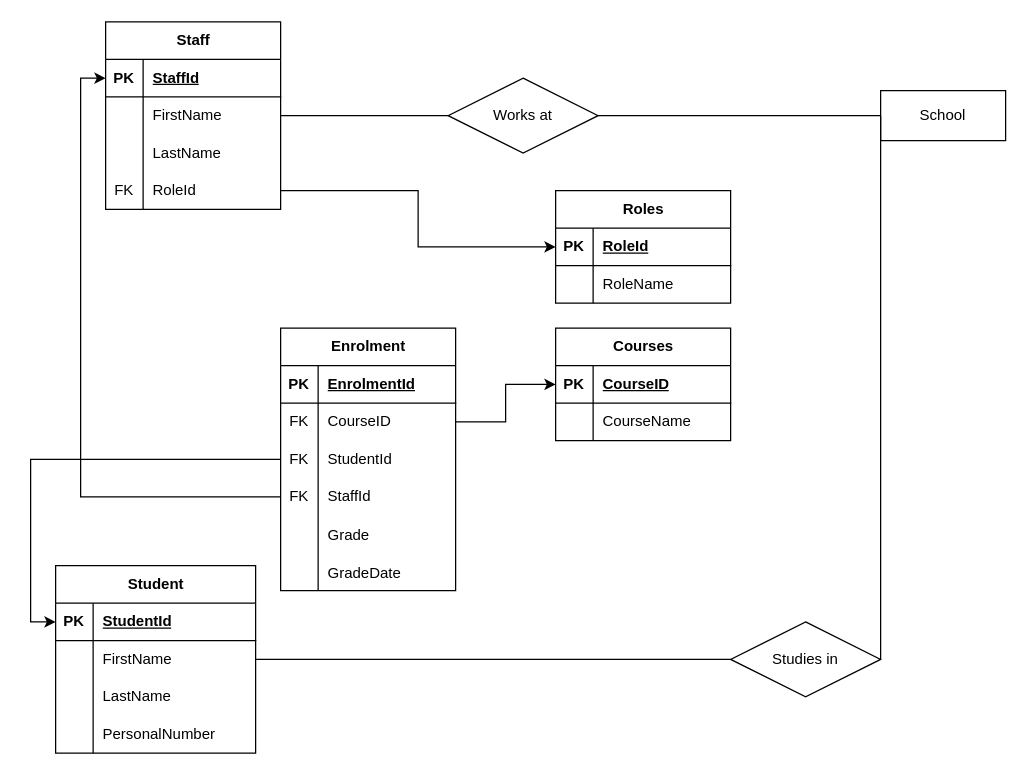
Above: Onni_Bucht_Individuellt_databasprojekt_SchoolDatabase_ER.drawio in onni82/Individuellt_databasprojekt (draw.io), before the change. Source tidied: cells renumbered, new cells numbered last; positions are measured from the earlier drawing's top-left corner, leaving out a move shared by most shapes. Both pictures are drawn from the tidied source at 125%, with x=0, y=0 at pixel (55, 21).
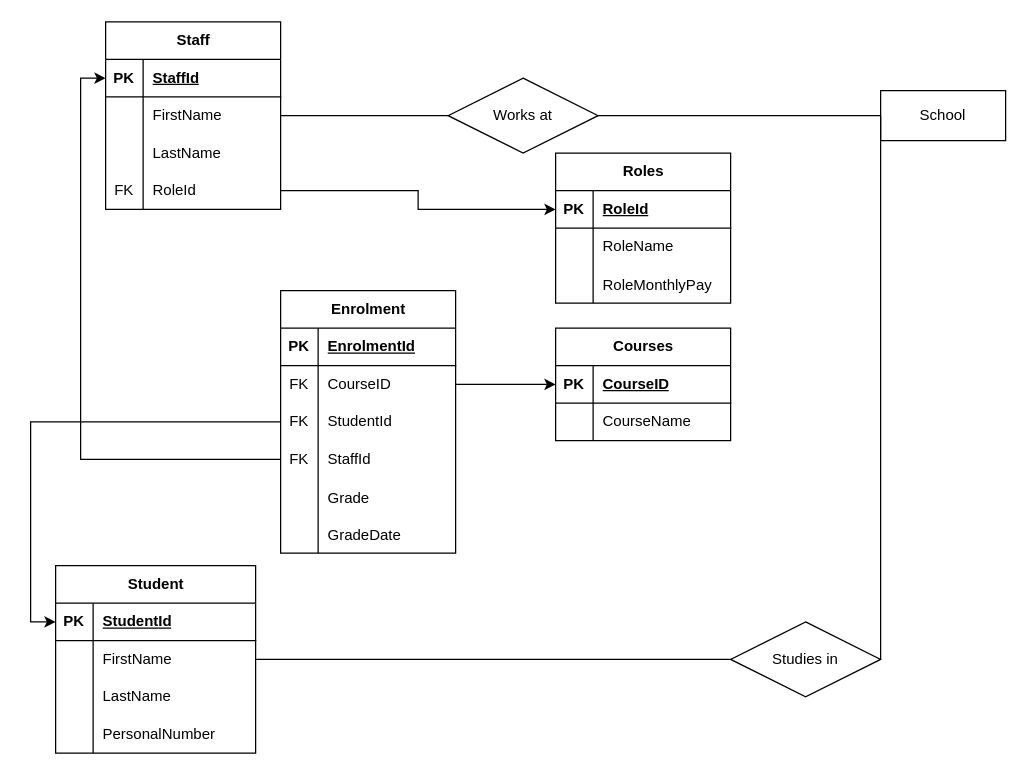
The same page after the edit.

Commit message (it also covers changes not shown here):
Added role wages and updated ER

The edit, as a diff of the source:
```diff
@@
     <mxCell id="35" value="Roles" style="shape=table;startSize=30;childLayout=tableLayout;rowLines=0;fontStyle=1;align=center;html=1;" parent="1" vertex="1">
-      <mxGeometry x="400" y="135" width="140" height="90" as="geometry" />
+      <mxGeometry x="400" y="105" width="140" height="120" as="geometry" />
     </mxCell>
@@
+    <mxCell id="72" style="shape=tableRow;horizontal=0;startSize=0;swimlaneHead=0;swimlaneBody=0;fillColor=none;top=0;left=0;right=0;bottom=0;" parent="35" vertex="1">
+      <mxGeometry y="90" width="140" height="30" as="geometry" />
+    </mxCell>
+    <mxCell id="73" style="shape=partialRectangle;fillColor=none;top=0;left=0;bottom=0;right=0;overflow=hidden;" parent="72" vertex="1">
+      <mxGeometry width="30" height="30" as="geometry" />
+    </mxCell>
+    <mxCell id="74" value="RoleMonthlyPay" style="shape=partialRectangle;fillColor=none;top=0;left=0;bottom=0;right=0;align=left;spacingLeft=6;overflow=hidden;" parent="72" vertex="1">
+      <mxGeometry x="30" width="110" height="30" as="geometry" />
+    </mxCell>
@@
     <mxCell id="45" value="Enrolment" style="shape=table;startSize=30;childLayout=tableLayout;rowLines=0;fontStyle=1;align=center;html=1;" parent="1" vertex="1">
-      <mxGeometry x="180" y="245" width="140" height="210" as="geometry" />
+      <mxGeometry x="180" y="215" width="140" height="210" as="geometry" />
     </mxCell>
```
